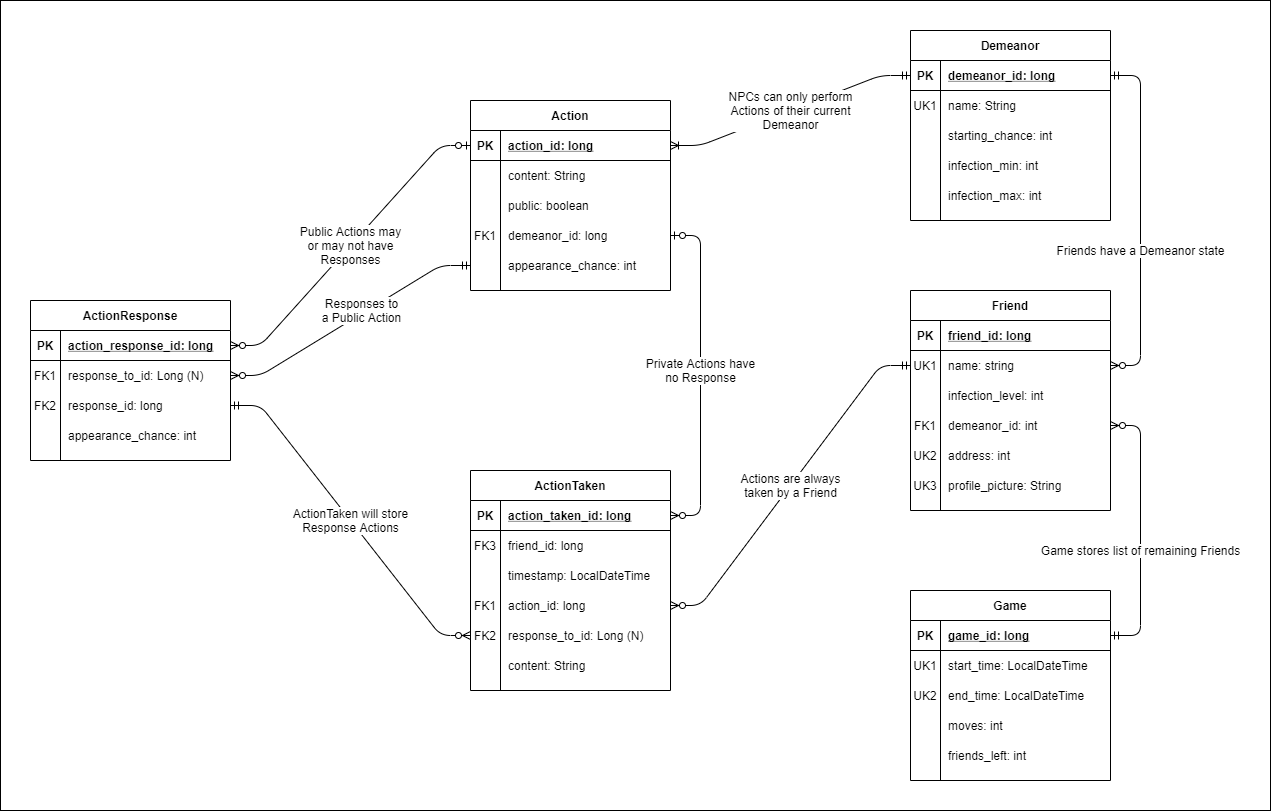
Above: docs/img/erd.png in AugmenTab/viral (draw.io), before the change. Source tidied: cells renumbered, new cells last; positions are measured from the earlier drawing's top-left corner, leaving out a move shared by most shapes.
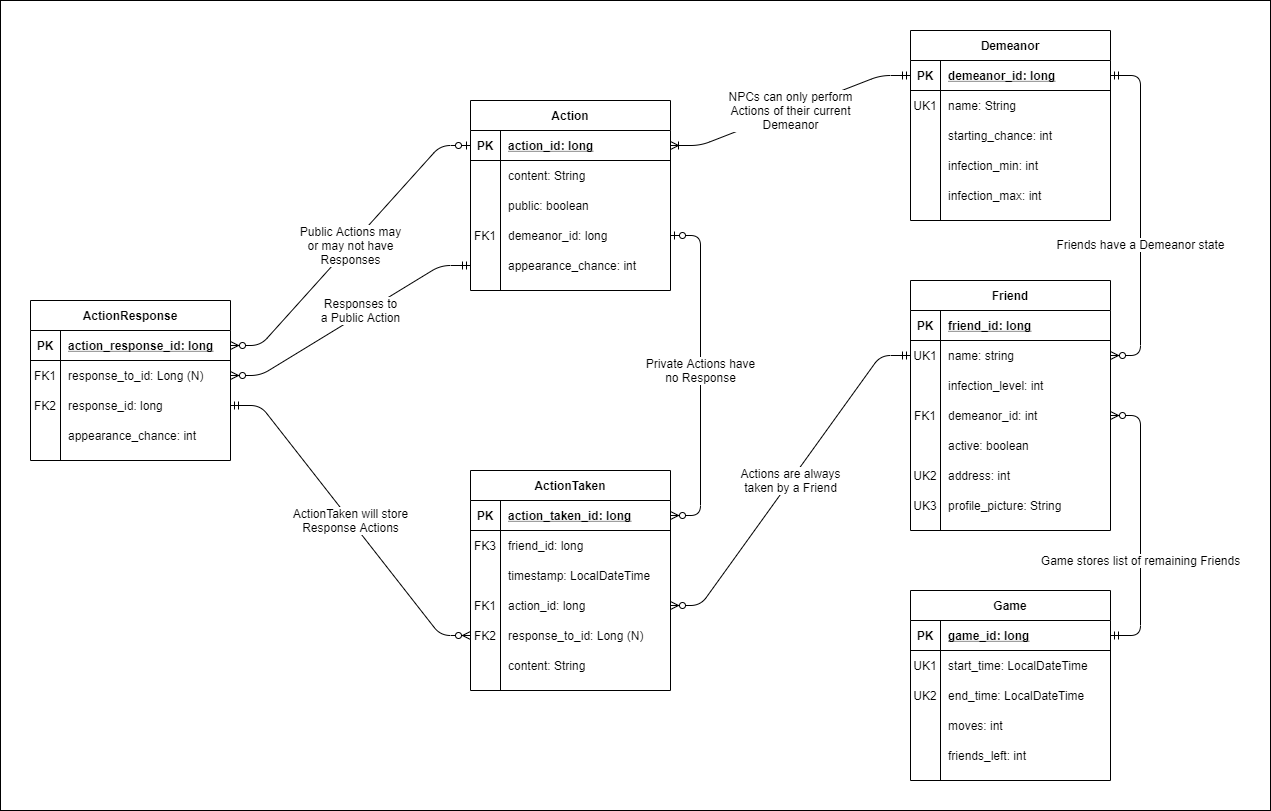
The same diagram one commit later.

The edit, as a diff of the source:
```diff
@@ -21,7 +21,7 @@
       <mxGeometry x="-0.03" relative="1" as="geometry" />
     </mxCell>
     <mxCell id="8" value="Game stores list of remaining Friends" style="edgeStyle=entityRelationEdgeStyle;fontSize=12;html=1;endArrow=ERzeroToMany;startArrow=ERmandOne;exitX=1;exitY=0.5;exitDx=0;exitDy=0;entryX=1;entryY=0.5;entryDx=0;entryDy=0;" parent="1" edge="1" source="44" target="101">
-      <mxGeometry x="-0.15" relative="1" as="geometry" />
+      <mxGeometry x="-0.25" relative="1" as="geometry" />
     </mxCell>
     <mxCell id="9" value="NPCs can only perform&lt;br&gt;Actions of their current&lt;br&gt;Demeanor" style="edgeStyle=entityRelationEdgeStyle;fontSize=12;html=1;endArrow=ERoneToMany;startArrow=ERmandOne;exitX=0;exitY=0.5;exitDx=0;exitDy=0;entryX=1;entryY=0.5;entryDx=0;entryDy=0;" parent="1" edge="1" source="28" target="11">
       <mxGeometry relative="1" as="geometry" />
@@ -270,7 +270,7 @@
       <mxGeometry x="30" width="170" height="30" as="geometry" />
     </mxCell>
     <mxCell id="91" value="Friend" style="shape=table;startSize=30;rowLines=0;fontStyle=1;align=center;" parent="1" vertex="1">
-      <mxGeometry x="910" y="290" width="200" height="220" as="geometry" />
+      <mxGeometry x="910" y="280" width="200" height="250" as="geometry" />
     </mxCell>
     <mxCell id="92" style="shape=partialRectangle;fillColor=none;top=0;left=0;bottom=1;right=0;" parent="91" vertex="1">
       <mxGeometry y="30" width="200" height="30" as="geometry" />
@@ -311,20 +311,29 @@
     <mxCell id="104" style="shape=partialRectangle;fillColor=none;top=0;left=0;bottom=0;right=0;" parent="91" vertex="1">
       <mxGeometry y="150" width="200" height="30" as="geometry" />
     </mxCell>
-    <mxCell id="105" value="UK2" style="shape=partialRectangle;fillColor=none;top=0;left=0;bottom=0;right=0;overflow=hidden;" parent="104" vertex="1">
+    <mxCell id="105" style="shape=partialRectangle;fillColor=none;top=0;left=0;bottom=0;right=0;overflow=hidden;" parent="104" vertex="1">
       <mxGeometry width="30" height="30" as="geometry" />
     </mxCell>
-    <mxCell id="106" value="address: int" style="shape=partialRectangle;fillColor=none;top=0;left=0;bottom=0;right=0;align=left;spacingLeft=6;overflow=hidden;" parent="104" vertex="1">
+    <mxCell id="106" value="active: boolean" style="shape=partialRectangle;fillColor=none;top=0;left=0;bottom=0;right=0;align=left;spacingLeft=6;overflow=hidden;" parent="104" vertex="1">
       <mxGeometry x="30" width="170" height="30" as="geometry" />
     </mxCell>
     <mxCell id="107" style="shape=partialRectangle;fillColor=none;top=0;left=0;bottom=0;right=0;" parent="91" vertex="1">
       <mxGeometry y="180" width="200" height="30" as="geometry" />
     </mxCell>
-    <mxCell id="108" value="UK3" style="shape=partialRectangle;fillColor=none;top=0;left=0;bottom=0;right=0;overflow=hidden;" parent="107" vertex="1">
+    <mxCell id="108" value="UK2" style="shape=partialRectangle;fillColor=none;top=0;left=0;bottom=0;right=0;overflow=hidden;" parent="107" vertex="1">
       <mxGeometry width="30" height="30" as="geometry" />
     </mxCell>
-    <mxCell id="109" value="profile_picture: String" style="shape=partialRectangle;fillColor=none;top=0;left=0;bottom=0;right=0;align=left;spacingLeft=6;overflow=hidden;" parent="107" vertex="1">
+    <mxCell id="109" value="address: int" style="shape=partialRectangle;fillColor=none;top=0;left=0;bottom=0;right=0;align=left;spacingLeft=6;overflow=hidden;" parent="107" vertex="1">
       <mxGeometry x="30" width="170" height="30" as="geometry" />
     </mxCell>
+    <mxCell id="110" style="shape=partialRectangle;fillColor=none;top=0;left=0;bottom=0;right=0;" parent="91" vertex="1">
+      <mxGeometry y="210" width="200" height="30" as="geometry" />
+    </mxCell>
+    <mxCell id="111" value="UK3" style="shape=partialRectangle;fillColor=none;top=0;left=0;bottom=0;right=0;overflow=hidden;" parent="110" vertex="1">
+      <mxGeometry width="30" height="30" as="geometry" />
+    </mxCell>
+    <mxCell id="112" value="profile_picture: String" style="shape=partialRectangle;fillColor=none;top=0;left=0;bottom=0;right=0;align=left;spacingLeft=6;overflow=hidden;" parent="110" vertex="1">
+      <mxGeometry x="30" width="170" height="30" as="geometry" />
+    </mxCell>
   </root>
 </mxGraphModel>
```
